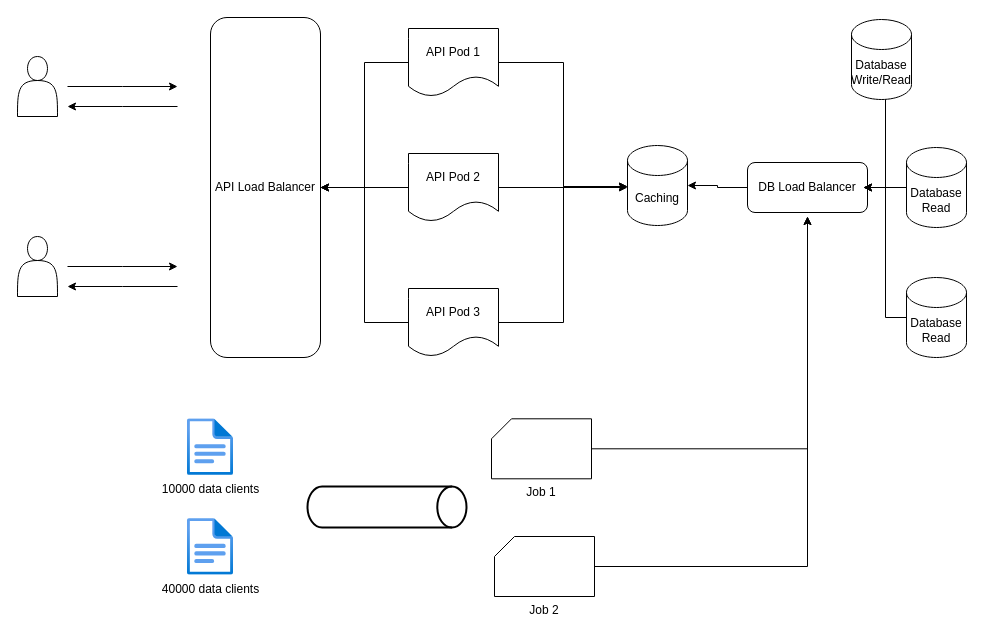
Earlier version of the draw.io diagram System architecture.drawio (choucoder/multi-tenant-ats). Source tidied: cells renumbered, new cells numbered last; positions are measured from the earlier drawing's top-left corner, leaving out a move shared by most shapes. Both pictures are drawn from the tidied source at 100%, with x=0, y=0 at pixel (17, 17).
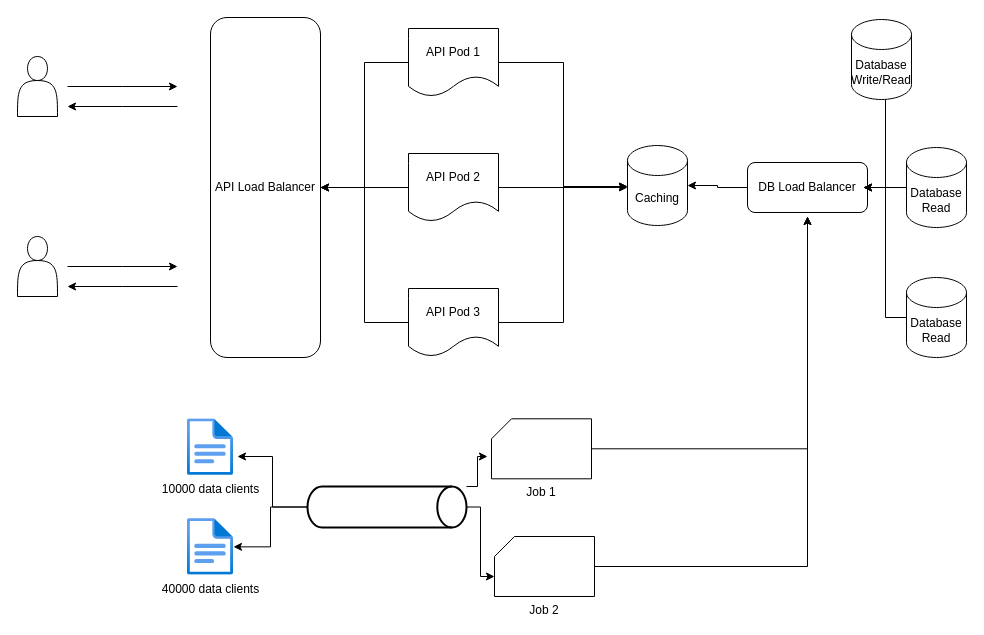
The same diagram, later.

Unchanged cells that the change refers to:
```xml
<mxCell id="21" value="40000 data clients" style="html=1;points=[];align=center;image;fontSize=12;image=img/lib/azure2/general/File.svg;" parent="1" vertex="1">
  <mxGeometry x="170" y="501" width="46" height="56.7" as="geometry" />
</mxCell>
<mxCell id="25" value="Job 2" style="verticalLabelPosition=bottom;verticalAlign=top;html=1;shape=card;whiteSpace=wrap;size=20;arcSize=12;" parent="1" vertex="1">
  <mxGeometry x="477" y="519" width="100" height="60" as="geometry" />
</mxCell>
<mxCell id="26" style="strokeWidth=2;html=1;shape=mxgraph.flowchart.direct_data;whiteSpace=wrap;" parent="1" vertex="1">
  <mxGeometry x="290" y="469" width="159" height="41" as="geometry" />
</mxCell>
```

What changed in the source:
```diff
@@
+    <mxCell id="34" style="edgeStyle=elbowEdgeStyle;rounded=0;jettySize=auto;html=1;" parent="1" edge="1" source="26">
+      <mxGeometry relative="1" as="geometry">
+        <mxPoint x="470" y="439" as="targetPoint" />
+        <Array as="points">
+          <mxPoint x="460" y="469" />
+        </Array>
+      </mxGeometry>
+    </mxCell>
+    <mxCell id="35" style="edgeStyle=elbowEdgeStyle;rounded=0;jettySize=auto;html=1;entryX=0;entryY=0;entryDx=0;entryDy=40;entryPerimeter=0;" parent="1" edge="1" source="26" target="25">
+      <mxGeometry relative="1" as="geometry" />
+    </mxCell>
+    <mxCell id="36" style="edgeStyle=elbowEdgeStyle;rounded=0;jettySize=auto;html=1;" parent="1" edge="1" source="26">
+      <mxGeometry relative="1" as="geometry">
+        <mxPoint x="220" y="439" as="targetPoint" />
+      </mxGeometry>
+    </mxCell>
+    <mxCell id="37" style="edgeStyle=elbowEdgeStyle;rounded=0;jettySize=auto;html=1;" parent="1" edge="1" source="26" target="21">
+      <mxGeometry relative="1" as="geometry" />
+    </mxCell>
```
